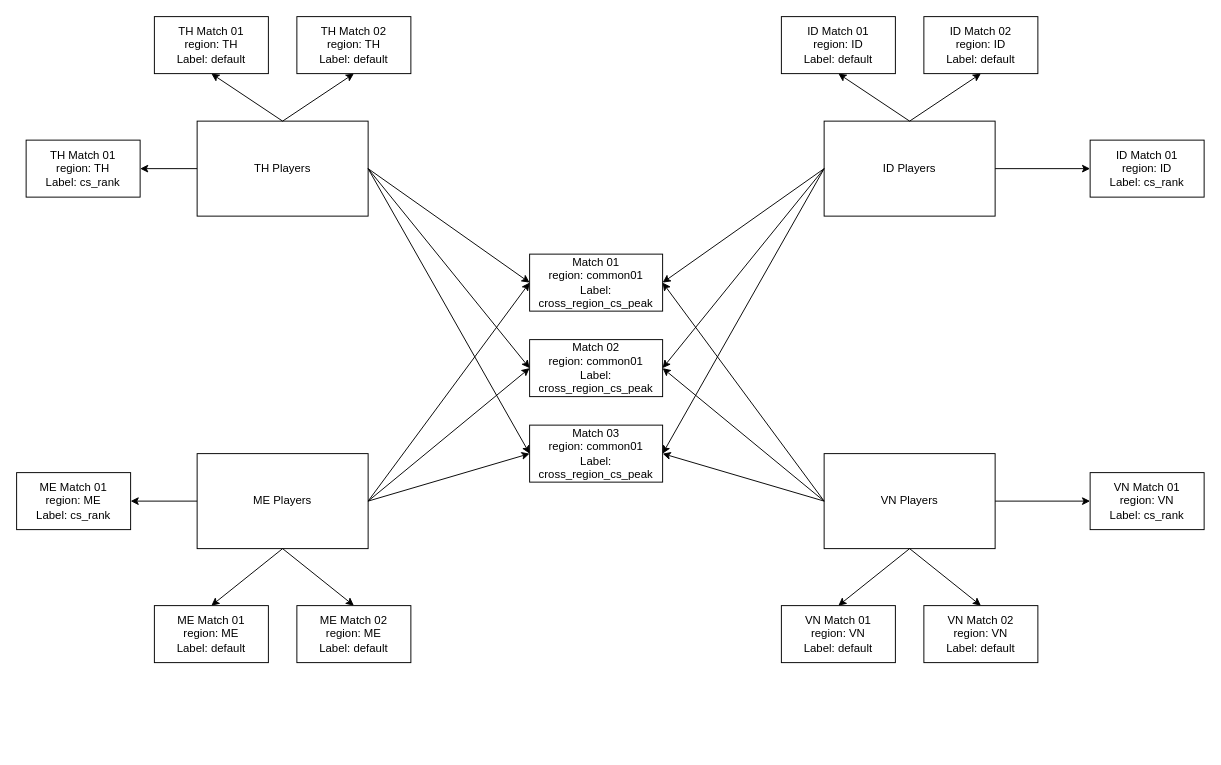
Above: FF_Backend_arch.drawio in yechennn/ff_UMLs (draw.io), before the change. Source tidied: cells renumbered, new cells numbered last; positions are measured from the earlier drawing's top-left corner, leaving out a move shared by most shapes. Both pictures are drawn from the tidied source at 95%, with x=0, y=0 at pixel (16, 16).
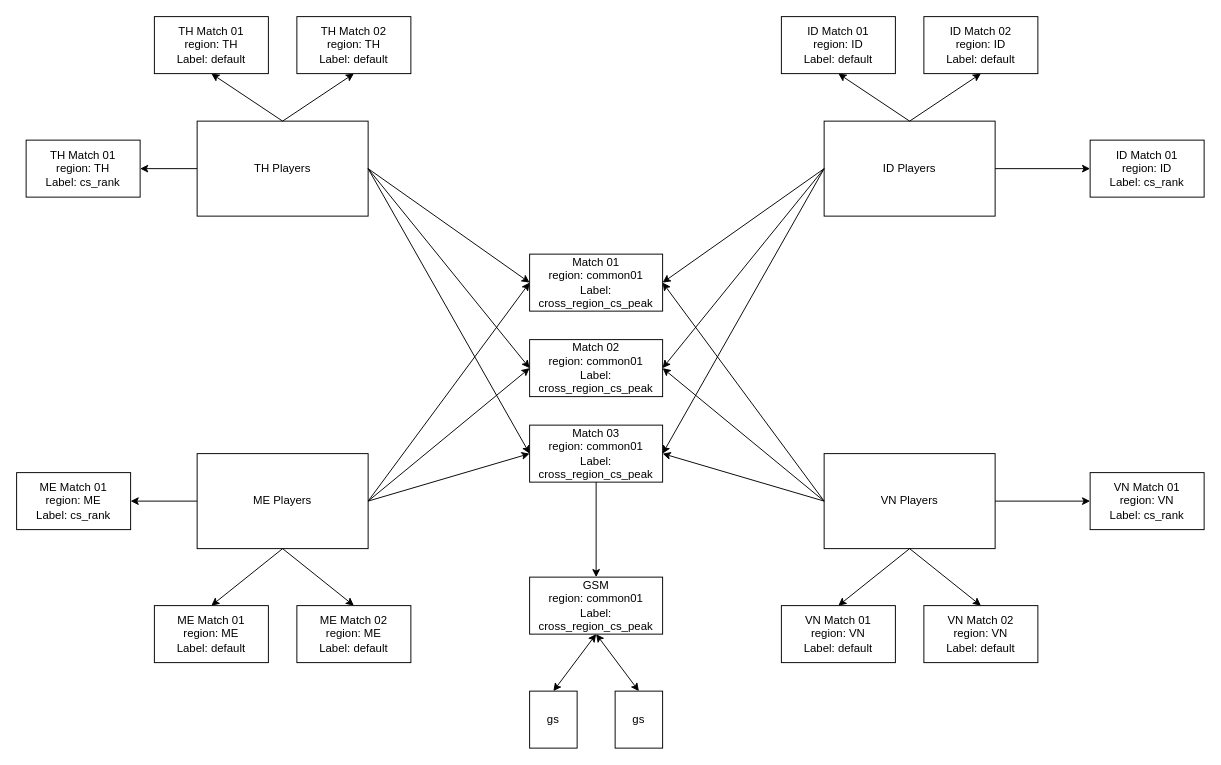
After the change.

The change refers to these unchanged cells:
```xml
<mxCell id="16" value="Match 03&lt;div&gt;region: common01&lt;br&gt;&lt;div&gt;Label: cross_region_cs_peak&lt;/div&gt;&lt;/div&gt;" style="rounded=0;whiteSpace=wrap;html=1;" parent="1" vertex="1">
  <mxGeometry x="540" y="430" width="140" height="60" as="geometry" />
</mxCell>
```

The edit, as a diff of the source:
```diff
@@
+    <mxCell id="45" value="&lt;div&gt;GSM&lt;/div&gt;&lt;div&gt;region: common01&lt;br&gt;&lt;div&gt;Label: cross_region_cs_peak&lt;/div&gt;&lt;/div&gt;" style="rounded=0;whiteSpace=wrap;html=1;" parent="1" vertex="1">
+      <mxGeometry x="540" y="590" width="140" height="60" as="geometry" />
+    </mxCell>
+    <mxCell id="46" style="endArrow=classic;html=1;rounded=0;exitX=0.5;exitY=1;exitDx=0;exitDy=0;entryX=0.5;entryY=0;entryDx=0;entryDy=0;" parent="1" edge="1" source="16" target="45">
+      <mxGeometry relative="1" as="geometry" />
+    </mxCell>
+    <mxCell id="47" value="gs" style="rounded=0;whiteSpace=wrap;html=1;" parent="1" vertex="1">
+      <mxGeometry x="540" y="710" width="50" height="60" as="geometry" />
+    </mxCell>
+    <mxCell id="48" value="gs" style="rounded=0;whiteSpace=wrap;html=1;" parent="1" vertex="1">
+      <mxGeometry x="630" y="710" width="50" height="60" as="geometry" />
+    </mxCell>
+    <mxCell id="49" style="endArrow=classic;startArrow=classic;html=1;rounded=0;exitX=0.5;exitY=0;exitDx=0;exitDy=0;entryX=0.5;entryY=1;entryDx=0;entryDy=0;" parent="1" edge="1" source="47" target="45">
+      <mxGeometry relative="1" as="geometry" />
+    </mxCell>
+    <mxCell id="50" style="endArrow=classic;startArrow=classic;html=1;rounded=0;exitX=0.5;exitY=0;exitDx=0;exitDy=0;entryX=0.5;entryY=1;entryDx=0;entryDy=0;" parent="1" edge="1" source="48" target="45">
+      <mxGeometry relative="1" as="geometry" />
+    </mxCell>
```
